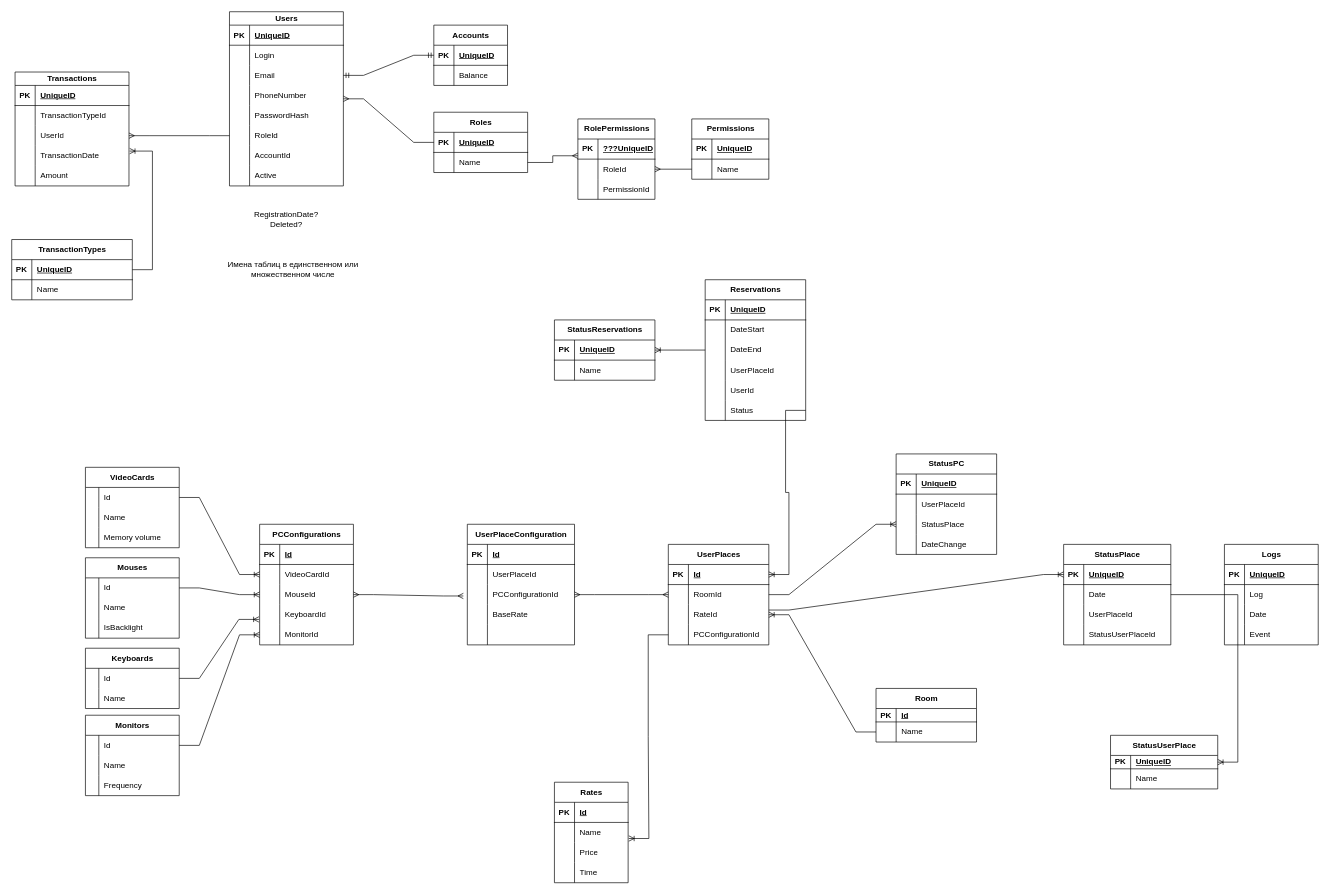
This is ER night-meerkats.drawio from IIeasyII/night-meerkats, a draw.io file, before an edit. Source tidied: cells renumbered, new cells numbered last; positions are measured from the earlier drawing's top-left corner, leaving out a move shared by most shapes. Both pictures are drawn from the tidied source at 67%, with x=0, y=0 at pixel (11, 11).
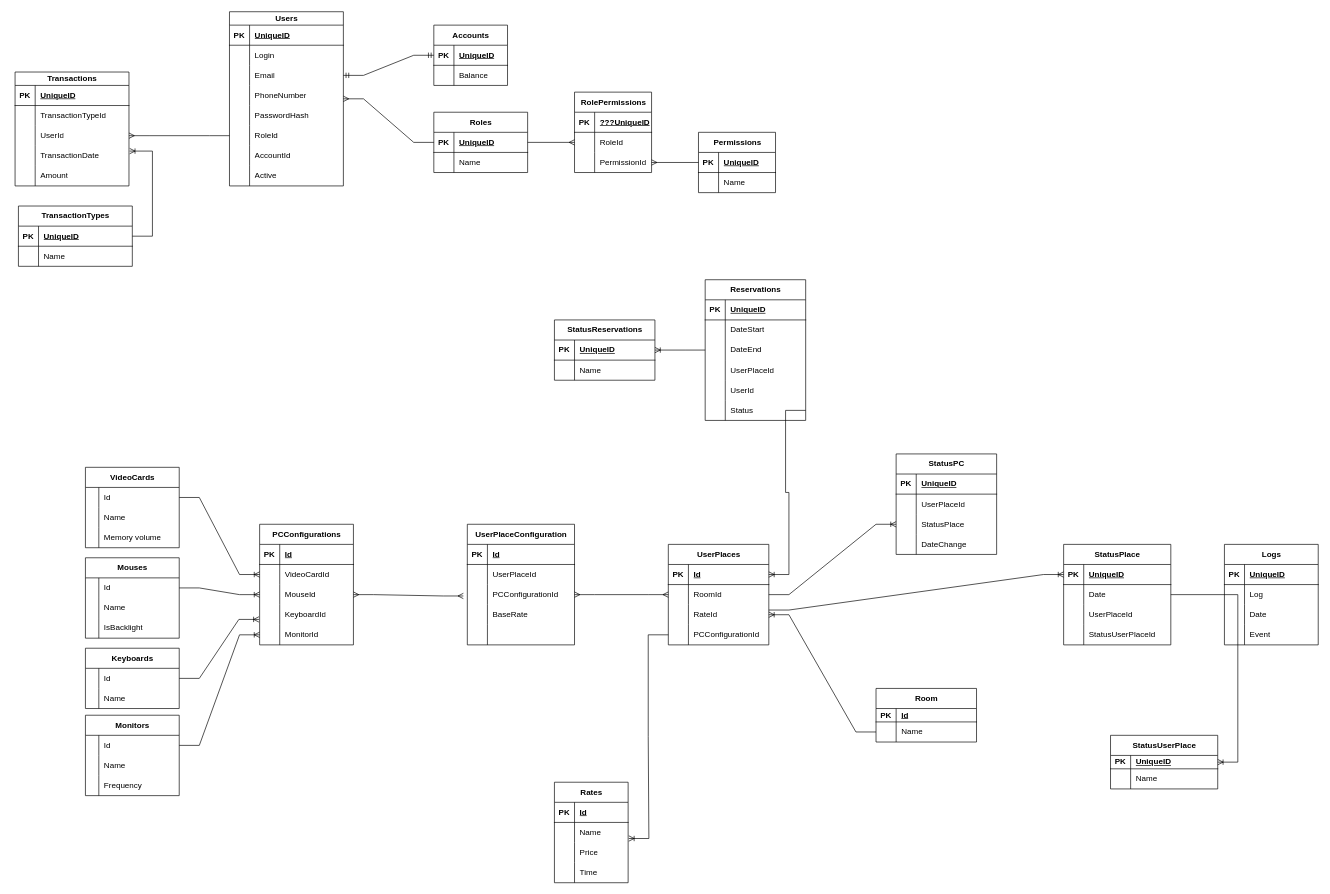
The same diagram, later.

Unchanged cells that the change refers to:
```xml
<mxCell id="3" style="shape=tableRow;horizontal=0;startSize=0;swimlaneHead=0;swimlaneBody=0;fillColor=none;points=[[0,0.5],[1,0.5]];portConstraint=eastwest;top=0;left=0;right=0;bottom=1;" parent="2" vertex="1">
  <mxGeometry y="30" width="140" height="30" as="geometry" />
</mxCell>
<mxCell id="6" style="shape=tableRow;horizontal=0;startSize=0;swimlaneHead=0;swimlaneBody=0;fillColor=none;points=[[0,0.5],[1,0.5]];portConstraint=eastwest;top=0;left=0;right=0;bottom=0;" parent="2" vertex="1">
  <mxGeometry y="60" width="140" height="30" as="geometry" />
</mxCell>
<mxCell id="10" style="shape=tableRow;horizontal=0;startSize=0;swimlaneHead=0;swimlaneBody=0;fillColor=none;points=[[0,0.5],[1,0.5]];portConstraint=eastwest;top=0;left=0;right=0;bottom=1;" parent="9" vertex="1">
  <mxGeometry y="30" width="115" height="30" as="geometry" />
</mxCell>
<mxCell id="13" style="shape=tableRow;horizontal=0;startSize=0;swimlaneHead=0;swimlaneBody=0;fillColor=none;points=[[0,0.5],[1,0.5]];portConstraint=eastwest;top=0;left=0;right=0;bottom=0;" parent="9" vertex="1">
  <mxGeometry y="60" width="115" height="30" as="geometry" />
</mxCell>
<mxCell id="268" style="shape=tableRow;horizontal=0;startSize=0;swimlaneHead=0;swimlaneBody=0;fillColor=none;points=[[0,0.5],[1,0.5]];portConstraint=eastwest;top=0;left=0;right=0;bottom=0;" parent="264" vertex="1">
  <mxGeometry y="60" width="115" height="30" as="geometry" />
</mxCell>
<mxCell id="271" style="shape=tableRow;horizontal=0;startSize=0;swimlaneHead=0;swimlaneBody=0;fillColor=none;points=[[0,0.5],[1,0.5]];portConstraint=eastwest;top=0;left=0;right=0;bottom=0;" parent="264" vertex="1">
  <mxGeometry y="90" width="115" height="30" as="geometry" />
</mxCell>
```

Change to the diagram source:
```diff
@@
     <mxCell id="9" value="Permissions" style="shape=table;startSize=30;childLayout=tableLayout;rowLines=0;fontStyle=1;align=center;html=1;" parent="1" vertex="1">
-      <mxGeometry x="1015" y="160" width="115" height="90" as="geometry" />
+      <mxGeometry x="1025" y="180" width="115" height="90" as="geometry" />
     </mxCell>
@@
     <mxCell id="169" value="TransactionTypes" style="shape=table;startSize=30;childLayout=tableLayout;rowLines=0;fontStyle=1;align=center;html=1;" parent="1" vertex="1">
-      <mxGeometry y="340" width="180" height="90" as="geometry" />
+      <mxGeometry x="10" y="290" width="170" height="90" as="geometry" />
     </mxCell>
     <mxCell id="170" style="shape=tableRow;horizontal=0;startSize=0;swimlaneHead=0;swimlaneBody=0;fillColor=none;top=0;left=0;right=0;bottom=1;" parent="169" vertex="1">
-      <mxGeometry y="30" width="180" height="30" as="geometry" />
+      <mxGeometry y="30" width="170" height="30" as="geometry" />
     </mxCell>
@@
     <mxCell id="172" value="UniqueID" style="shape=partialRectangle;fillColor=none;top=0;left=0;bottom=0;right=0;align=left;spacingLeft=6;fontStyle=5;overflow=hidden;whiteSpace=wrap;html=1;" parent="170" vertex="1">
-      <mxGeometry x="30" width="150" height="30" as="geometry" />
+      <mxGeometry x="30" width="140" height="30" as="geometry" />
     </mxCell>
     <mxCell id="173" style="shape=tableRow;horizontal=0;startSize=0;swimlaneHead=0;swimlaneBody=0;fillColor=none;top=0;left=0;right=0;bottom=0;" parent="169" vertex="1">
-      <mxGeometry y="60" width="180" height="30" as="geometry" />
+      <mxGeometry y="60" width="170" height="30" as="geometry" />
     </mxCell>
@@
     <mxCell id="175" value="Name" style="shape=partialRectangle;fillColor=none;top=0;left=0;bottom=0;right=0;align=left;spacingLeft=6;overflow=hidden;whiteSpace=wrap;html=1;" parent="173" vertex="1">
-      <mxGeometry x="30" width="150" height="30" as="geometry" />
+      <mxGeometry x="30" width="140" height="30" as="geometry" />
     </mxCell>
@@
-    <mxCell id="262" value="&lt;div&gt;RegistrationDate?&lt;/div&gt;&lt;div&gt;Deleted?&lt;br&gt;&lt;/div&gt;" style="text;html=1;strokeColor=none;fillColor=none;align=center;verticalAlign=middle;whiteSpace=wrap;rounded=0;" parent="1" vertex="1">
-      <mxGeometry x="380" y="290" width="60" height="40" as="geometry" />
-    </mxCell>
-    <mxCell id="263" value="Имена таблиц в единственном или множественном числе" style="text;html=1;strokeColor=none;fillColor=none;align=center;verticalAlign=middle;whiteSpace=wrap;rounded=0;" parent="1" vertex="1">
-      <mxGeometry x="300" y="365" width="240" height="40" as="geometry" />
-    </mxCell>
     <mxCell id="264" value="RolePermissions" style="shape=table;startSize=30;childLayout=tableLayout;rowLines=0;fontStyle=1;align=center;html=1;" parent="1" vertex="1">
-      <mxGeometry x="845" y="160" width="115" height="120" as="geometry" />
+      <mxGeometry x="840" y="120" width="115" height="120" as="geometry" />
     </mxCell>
@@
-    <mxCell id="274" style="edgeStyle=orthogonalEdgeStyle;rounded=0;jettySize=auto;html=1;exitX=1;exitY=0.5;exitDx=0;exitDy=0;entryX=0;entryY=-0.167;entryDx=0;entryDy=0;entryPerimeter=0;endArrow=ERmany;endFill=0;" parent="1" edge="1" source="6" target="268">
+    <mxCell id="274" style="edgeStyle=orthogonalEdgeStyle;rounded=0;jettySize=auto;html=1;exitX=1;exitY=0.5;exitDx=0;exitDy=0;entryX=0;entryY=0.5;entryDx=0;entryDy=0;endArrow=ERmany;endFill=0;" parent="1" edge="1" source="3" target="268">
       <mxGeometry relative="1" as="geometry" />
     </mxCell>
-    <mxCell id="275" style="edgeStyle=orthogonalEdgeStyle;rounded=0;jettySize=auto;html=1;exitX=1;exitY=0.5;exitDx=0;exitDy=0;entryX=0;entryY=0.5;entryDx=0;entryDy=0;endArrow=none;endFill=0;startArrow=ERmany;startFill=0;" parent="1" edge="1" source="268" target="13">
+    <mxCell id="275" style="edgeStyle=orthogonalEdgeStyle;rounded=0;jettySize=auto;html=1;exitX=1;exitY=0.5;exitDx=0;exitDy=0;entryX=0;entryY=0.5;entryDx=0;entryDy=0;endArrow=none;endFill=0;startArrow=ERmany;startFill=0;" parent="1" edge="1" source="271" target="10">
       <mxGeometry relative="1" as="geometry" />
     </mxCell>
```
